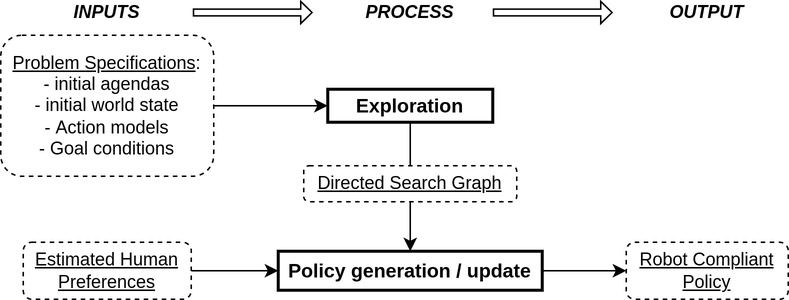
Above: images/Chapter4/overall_process.png in AnthonyFavier/Manuscrit (draw.io), before the change. Source tidied: cells renumbered, new cells last; positions are measured from the earlier drawing's top-left corner, leaving out a move shared by most shapes. Source of this version:
```xml
<mxGraphModel>
  <root>
    <mxCell id="0" />
    <mxCell id="1" parent="0" />
    <mxCell id="2" style="edgeStyle=orthogonalEdgeStyle;rounded=0;jettySize=auto;html=1;" parent="1" edge="1" source="8" target="4">
      <mxGeometry relative="1" as="geometry" />
    </mxCell>
    <mxCell id="3" style="edgeStyle=orthogonalEdgeStyle;rounded=0;jettySize=auto;html=1;startArrow=none;" parent="1" edge="1" source="12" target="6">
      <mxGeometry relative="1" as="geometry" />
    </mxCell>
    <mxCell id="4" value="&lt;b style=&quot;font-size: 13px;&quot;&gt;Exploration&lt;/b&gt;" style="rounded=0;whiteSpace=wrap;html=1;strokeWidth=2;fontSize=13;" parent="1" vertex="1">
      <mxGeometry x="218" y="59" width="110" height="22" as="geometry" />
    </mxCell>
    <mxCell id="5" style="edgeStyle=orthogonalEdgeStyle;rounded=0;jettySize=auto;html=1;" parent="1" edge="1" source="6" target="9">
      <mxGeometry relative="1" as="geometry" />
    </mxCell>
    <mxCell id="6" value="&lt;b style=&quot;font-size: 13px;&quot;&gt;Policy generation / update&lt;/b&gt;" style="rounded=0;whiteSpace=wrap;html=1;strokeWidth=2;fontSize=13;" parent="1" vertex="1">
      <mxGeometry x="185" y="167" width="176" height="26" as="geometry" />
    </mxCell>
    <mxCell id="7" style="edgeStyle=orthogonalEdgeStyle;rounded=0;jettySize=auto;html=1;" parent="1" edge="1" source="14" target="6">
      <mxGeometry relative="1" as="geometry" />
    </mxCell>
    <mxCell id="8" value="&lt;u&gt;Problem Specifications&lt;/u&gt;:&lt;br&gt;- initial agendas&lt;br&gt;- initial world state&lt;br&gt;- Action models&lt;br&gt;- Goal conditions" style="rounded=1;whiteSpace=wrap;html=1;strokeWidth=1;strokeColor=default;dashed=1;" parent="1" vertex="1">
      <mxGeometry y="23" width="142" height="94" as="geometry" />
    </mxCell>
    <mxCell id="9" value="&lt;u&gt;Robot Compliant Policy&lt;/u&gt;" style="rounded=1;whiteSpace=wrap;html=1;strokeWidth=1;strokeColor=default;dashed=1;" parent="1" vertex="1">
      <mxGeometry x="417" y="161" width="108" height="38" as="geometry" />
    </mxCell>
    <mxCell id="10" value="INPUTS" style="text;html=1;strokeColor=none;fillColor=none;align=center;verticalAlign=middle;whiteSpace=wrap;rounded=0;fontStyle=3;" parent="1" vertex="1">
      <mxGeometry x="47" width="48" height="16" as="geometry" />
    </mxCell>
    <mxCell id="11" value="OUTPUT" style="text;html=1;strokeColor=none;fillColor=none;align=center;verticalAlign=middle;whiteSpace=wrap;rounded=0;fontStyle=3;" parent="1" vertex="1">
      <mxGeometry x="441" width="60" height="16" as="geometry" />
    </mxCell>
    <mxCell id="12" value="&lt;u style=&quot;&quot;&gt;Directed Search Graph&lt;/u&gt;" style="rounded=1;whiteSpace=wrap;html=1;strokeWidth=1;strokeColor=default;dashed=1;" parent="1" vertex="1">
      <mxGeometry x="202" y="110" width="142" height="24" as="geometry" />
    </mxCell>
    <mxCell id="13" style="edgeStyle=orthogonalEdgeStyle;rounded=0;jettySize=auto;html=1;endArrow=none;" parent="1" edge="1" source="4" target="12">
      <mxGeometry relative="1" as="geometry" />
    </mxCell>
    <mxCell id="14" value="&lt;u style=&quot;&quot;&gt;Estimated Human Preferences&lt;/u&gt;" style="rounded=1;whiteSpace=wrap;html=1;strokeWidth=1;strokeColor=default;dashed=1;" parent="1" vertex="1">
      <mxGeometry x="15" y="161" width="112" height="38" as="geometry" />
    </mxCell>
    <mxCell id="15" value="PROCESS" style="text;html=1;strokeColor=none;fillColor=none;align=center;verticalAlign=middle;whiteSpace=wrap;rounded=0;fontStyle=3;" parent="1" vertex="1">
      <mxGeometry x="244" width="58" height="16" as="geometry" />
    </mxCell>
    <mxCell id="16" style="shape=flexArrow;endArrow=classic;html=1;rounded=0;width=4.533333333333333;endSize=2.177333333333333;endWidth=9.262222222222222;" parent="1" edge="1">
      <mxGeometry relative="1" as="geometry">
        <mxPoint x="128" y="7.8" as="sourcePoint" />
        <mxPoint x="208" y="7.8" as="targetPoint" />
      </mxGeometry>
    </mxCell>
    <mxCell id="17" style="shape=flexArrow;endArrow=classic;html=1;rounded=0;width=4.533333333333333;endSize=2.177333333333333;endWidth=9.262222222222222;" parent="1" edge="1">
      <mxGeometry relative="1" as="geometry">
        <mxPoint x="328" y="7.8" as="sourcePoint" />
        <mxPoint x="408" y="7.8" as="targetPoint" />
      </mxGeometry>
    </mxCell>
  </root>
</mxGraphModel>
```
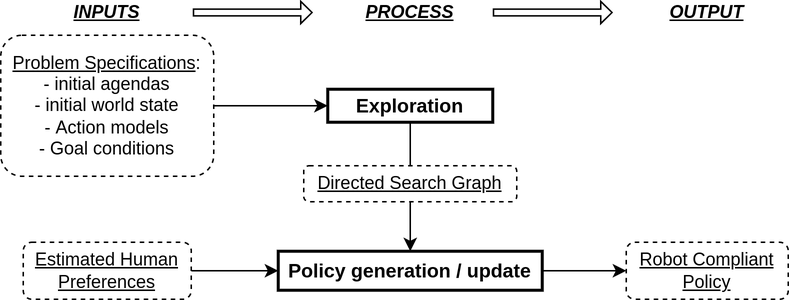
After the commit.

Diff of the diagram source:
```diff
@@ -26,10 +26,10 @@
     <mxCell id="9" value="&lt;u&gt;Robot Compliant Policy&lt;/u&gt;" style="rounded=1;whiteSpace=wrap;html=1;strokeWidth=1;strokeColor=default;dashed=1;" parent="1" vertex="1">
       <mxGeometry x="417" y="161" width="108" height="38" as="geometry" />
     </mxCell>
-    <mxCell id="10" value="INPUTS" style="text;html=1;strokeColor=none;fillColor=none;align=center;verticalAlign=middle;whiteSpace=wrap;rounded=0;fontStyle=3;" parent="1" vertex="1">
+    <mxCell id="10" value="INPUTS" style="text;html=1;strokeColor=none;fillColor=none;align=center;verticalAlign=middle;whiteSpace=wrap;rounded=0;fontStyle=7;" parent="1" vertex="1">
       <mxGeometry x="47" width="48" height="16" as="geometry" />
     </mxCell>
-    <mxCell id="11" value="OUTPUT" style="text;html=1;strokeColor=none;fillColor=none;align=center;verticalAlign=middle;whiteSpace=wrap;rounded=0;fontStyle=3;" parent="1" vertex="1">
+    <mxCell id="11" value="OUTPUT" style="text;html=1;strokeColor=none;fillColor=none;align=center;verticalAlign=middle;whiteSpace=wrap;rounded=0;fontStyle=7;" parent="1" vertex="1">
       <mxGeometry x="441" width="60" height="16" as="geometry" />
     </mxCell>
     <mxCell id="12" value="&lt;u style=&quot;&quot;&gt;Directed Search Graph&lt;/u&gt;" style="rounded=1;whiteSpace=wrap;html=1;strokeWidth=1;strokeColor=default;dashed=1;" parent="1" vertex="1">
@@ -41,7 +41,7 @@
     <mxCell id="14" value="&lt;u style=&quot;&quot;&gt;Estimated Human Preferences&lt;/u&gt;" style="rounded=1;whiteSpace=wrap;html=1;strokeWidth=1;strokeColor=default;dashed=1;" parent="1" vertex="1">
       <mxGeometry x="15" y="161" width="112" height="38" as="geometry" />
     </mxCell>
-    <mxCell id="15" value="PROCESS" style="text;html=1;strokeColor=none;fillColor=none;align=center;verticalAlign=middle;whiteSpace=wrap;rounded=0;fontStyle=3;" parent="1" vertex="1">
+    <mxCell id="15" value="PROCESS" style="text;html=1;strokeColor=none;fillColor=none;align=center;verticalAlign=middle;whiteSpace=wrap;rounded=0;fontStyle=7;" parent="1" vertex="1">
       <mxGeometry x="244" width="58" height="16" as="geometry" />
     </mxCell>
     <mxCell id="16" style="shape=flexArrow;endArrow=classic;html=1;rounded=0;width=4.533333333333333;endSize=2.177333333333333;endWidth=9.262222222222222;" parent="1" edge="1">
```
